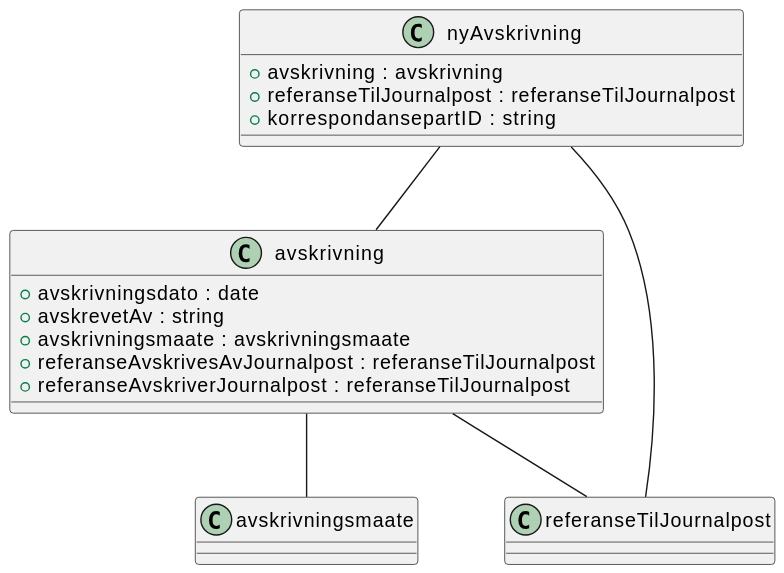
This is Dokumentasjon/V1/SchemaModels/no/ks/fiks/arkiv/v1/arkivering/avskrivning/opprett-relations.svg from ks-no/fiks-arkiv-specification, a PlantUML export, as it was before one commit. The source it was exported from:
```plantuml
@startuml
class avskrivning {
    +avskrivningsdato : date
    +avskrevetAv : string
    +avskrivningsmaate : avskrivningsmaate
    +referanseAvskrivesAvJournalpost : referanseTilJournalpost
    +referanseAvskriverJournalpost : referanseTilJournalpost
}
avskrivning -- avskrivningsmaate
avskrivning -- referanseTilJournalpost
class nyAvskrivning {
    +avskrivning : avskrivning
    +referanseTilJournalpost : referanseTilJournalpost
    +korrespondansepartID : string
}
nyAvskrivning -- avskrivning
nyAvskrivning -- referanseTilJournalpost
@enduml
```
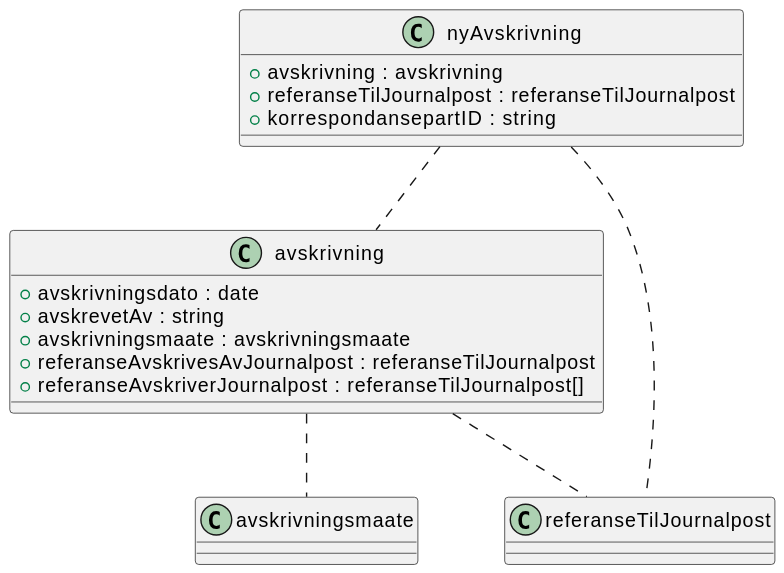
After the commit.

Diff of the diagram source:
```diff
@@ -1,18 +1,9 @@
 @startuml
-class avskrivning {
-    +avskrivningsdato : date
-    +avskrevetAv : string
-    +avskrivningsmaate : avskrivningsmaate
-    +referanseAvskrivesAvJournalpost : referanseTilJournalpost
-    +referanseAvskriverJournalpost : referanseTilJournalpost
-}
-avskrivning -- avskrivningsmaate
-avskrivning -- referanseTilJournalpost
-class nyAvskrivning {
-    +avskrivning : avskrivning
-    +referanseTilJournalpost : referanseTilJournalpost
-    +korrespondansepartID : string
-}
-nyAvskrivning -- avskrivning
-nyAvskrivning -- referanseTilJournalpost
+!include opprett.pu
+
+avskrivning .. avskrivningsmaate
+avskrivning .. referanseTilJournalpost
+
+nyAvskrivning .. avskrivning
+nyAvskrivning .. referanseTilJournalpost
 @enduml
```
